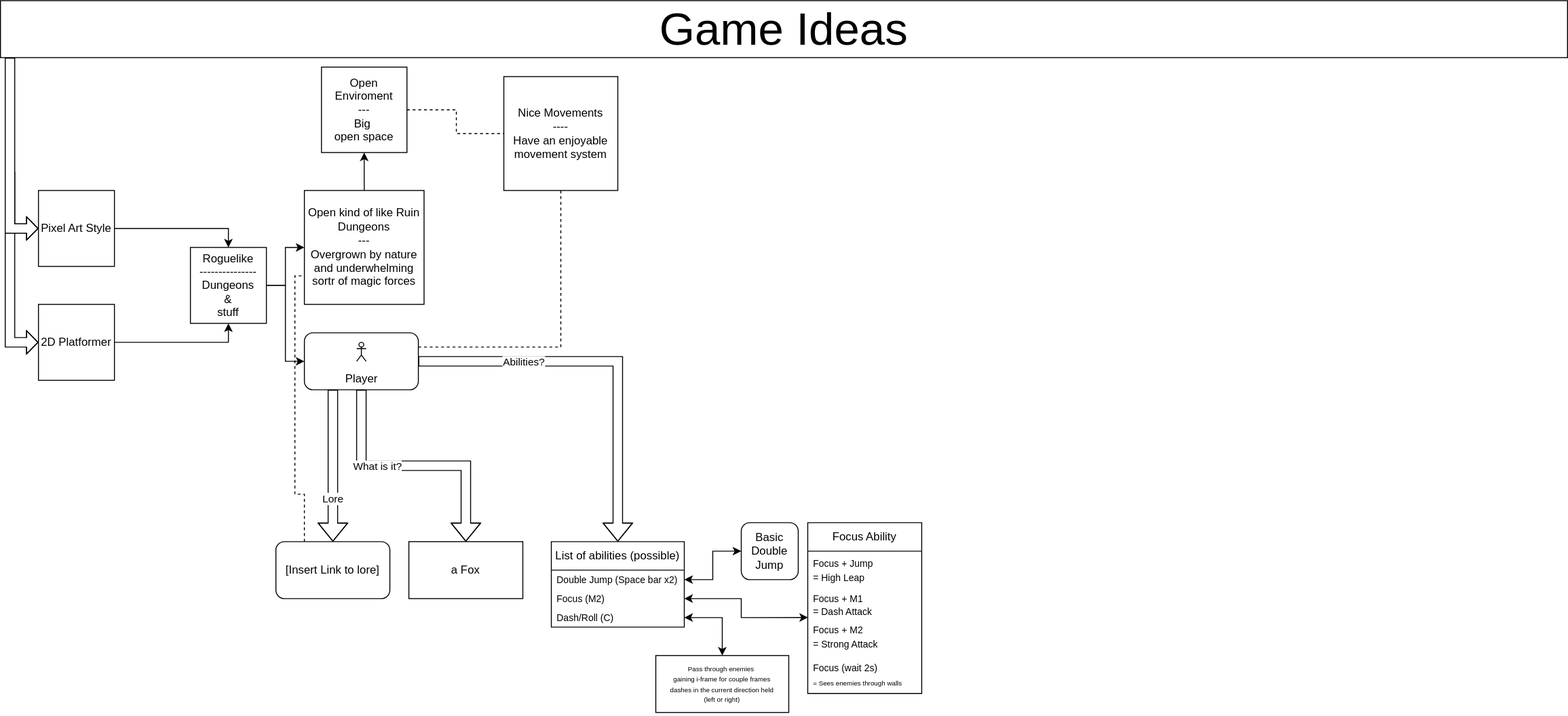
UnknownRedFoxDev/2D-Game keeps this draw.io diagram as Plans/2DGamePlanning.drawio.svg. Above is the earlier version. Source tidied: cells renumbered, new cells last; positions are measured from the earlier drawing's top-left corner, leaving out a move shared by most shapes.
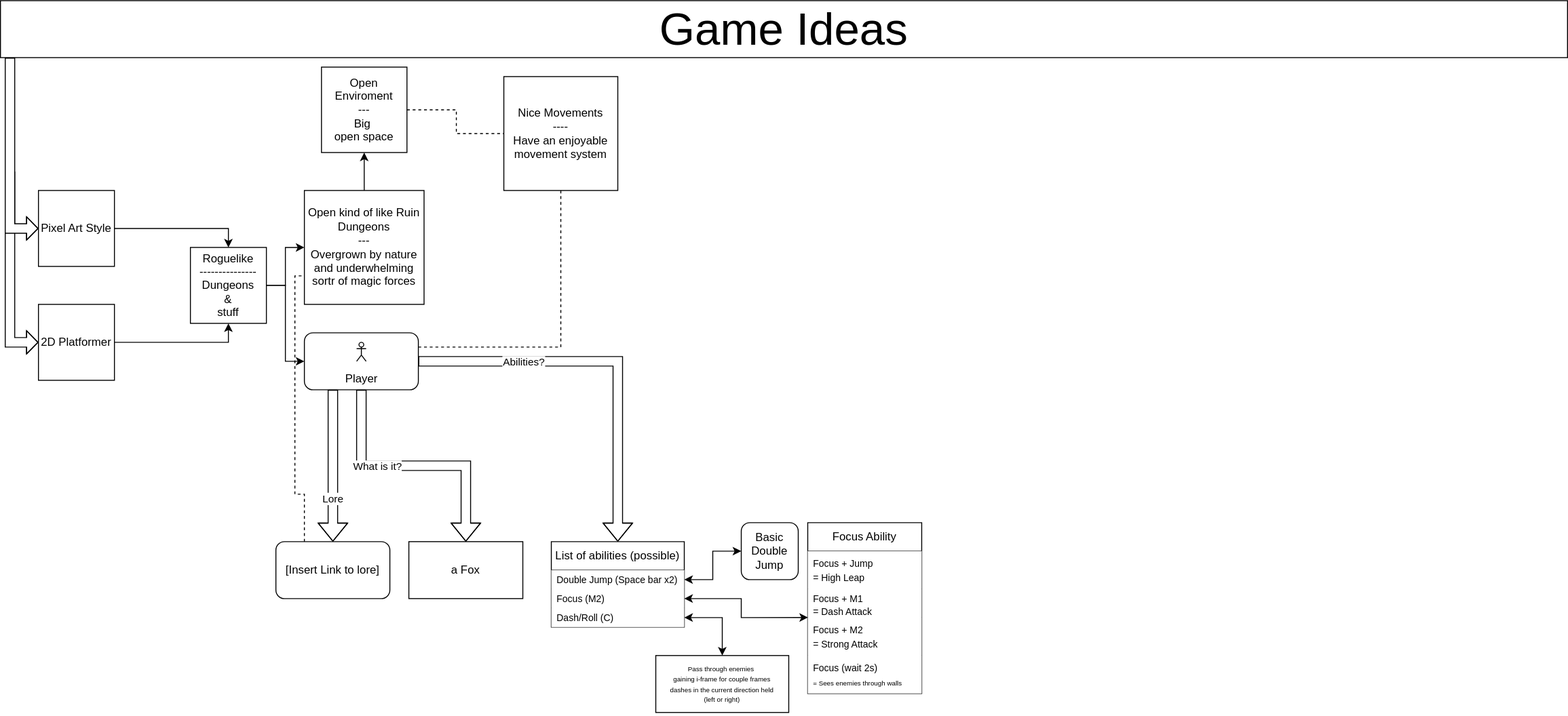
Above is the later version.

What changed in the source:
```diff
@@ -89,7 +89,7 @@
     <mxCell id="23" value="a Fox" style="rounded=0;whiteSpace=wrap;html=1;" parent="1" vertex="1">
       <mxGeometry x="430" y="570" width="120" height="60" as="geometry" />
     </mxCell>
-    <mxCell id="24" style="shape=flexArrow;endArrow=classic;html=1;rounded=0;exitX=0.5;exitY=1;exitDx=0;exitDy=0;entryX=0.5;entryY=0;entryDx=0;entryDy=0;" parent="1" edge="1" source="21" target="23">
+    <mxCell id="24" style="shape=flexArrow;endArrow=classic;html=1;rounded=0;exitX=0.5;exitY=1;exitDx=0;exitDy=0;entryX=0.5;entryY=0;entryDx=0;entryDy=0;fillColor=default;" parent="1" edge="1" source="21" target="23">
       <mxGeometry relative="1" as="geometry">
         <Array as="points">
           <mxPoint x="380" y="490" />
@@ -115,92 +115,89 @@
     <mxCell id="28" value="Lore" style="edgeLabel;html=1;align=center;verticalAlign=middle;" parent="27" vertex="1">
       <mxGeometry x="0.43" y="-1" relative="1" as="geometry" />
     </mxCell>
-    <mxCell id="29" style="group;" parent="1" vertex="1">
-      <mxGeometry x="580" y="550" width="390" height="200" as="geometry" />
-    </mxCell>
+    <mxCell id="44" style="shape=flexArrow;endArrow=classic;html=1;rounded=0;exitX=1;exitY=0.5;exitDx=0;exitDy=0;exitPerimeter=0;entryX=0.5;entryY=0;entryDx=0;entryDy=0;fillColor=default;" parent="1" edge="1" source="21" target="30">
+      <mxGeometry relative="1" as="geometry">
+        <Array as="points">
+          <mxPoint x="650" y="380" />
+        </Array>
+      </mxGeometry>
+    </mxCell>
+    <mxCell id="45" value="Abilities?" style="edgeLabel;html=1;align=center;verticalAlign=middle;" parent="44" vertex="1">
+      <mxGeometry x="0.43" relative="1" as="geometry">
+        <mxPoint x="-100" y="-76" as="offset" />
+      </mxGeometry>
+    </mxCell>
+    <mxCell id="46" style="endArrow=none;dashed=1;html=1;rounded=0;exitX=1;exitY=0.25;exitDx=0;exitDy=0;entryX=0.5;entryY=1;entryDx=0;entryDy=0;" parent="1" edge="1" source="21" target="10">
+      <mxGeometry relative="1" as="geometry">
+        <Array as="points">
+          <mxPoint x="590" y="365" />
+        </Array>
+      </mxGeometry>
+    </mxCell>
+    <mxCell id="47" style="endArrow=none;dashed=1;html=1;rounded=0;exitX=0.25;exitY=0;exitDx=0;exitDy=0;entryX=0;entryY=0.75;entryDx=0;entryDy=0;" parent="1" edge="1" source="26" target="15">
+      <mxGeometry relative="1" as="geometry">
+        <Array as="points">
+          <mxPoint x="320" y="520" />
+          <mxPoint x="310" y="520" />
+          <mxPoint x="310" y="290" />
+        </Array>
+      </mxGeometry>
+    </mxCell>
-    <mxCell id="30" value="List of abilities (possible)" style="swimlane;fontStyle=0;horizontal=1;startSize=30;whiteSpace=wrap;html=1;" parent="29" vertex="1">
-      <mxGeometry y="20" width="140" height="90" as="geometry" />
+    <mxCell id="30" value="List of abilities (possible)" style="swimlane;fontStyle=0;horizontal=1;startSize=30;whiteSpace=wrap;html=1;fillColor=default;" parent="1" vertex="1">
+      <mxGeometry x="580" y="570" width="140" height="90" as="geometry" />
     </mxCell>
-    <mxCell id="31" value="&lt;font style=&quot;font-size: 10px;&quot;&gt;Double Jump (Space bar x2)&lt;br&gt;&lt;/font&gt;" style="text;strokeColor=none;fillColor=none;align=left;verticalAlign=middle;spacingLeft=4;spacingRight=4;overflow=hidden;points=[[0,0.5],[1,0.5]];portConstraint=eastwest;whiteSpace=wrap;html=1;" parent="30" vertex="1">
+    <mxCell id="31" value="&lt;font style=&quot;font-size: 10px;&quot;&gt;Double Jump (Space bar x2)&lt;br&gt;&lt;/font&gt;" style="text;strokeColor=none;fillColor=default;align=left;verticalAlign=middle;spacingLeft=4;spacingRight=4;overflow=hidden;points=[[0,0.5],[1,0.5]];portConstraint=eastwest;whiteSpace=wrap;html=1;" parent="30" vertex="1">
       <mxGeometry y="30" width="140" height="20" as="geometry" />
     </mxCell>
-    <mxCell id="32" value="&lt;font style=&quot;font-size: 10px;&quot;&gt;Focus (M2)&lt;/font&gt;" style="text;strokeColor=none;fillColor=none;align=left;verticalAlign=middle;spacingLeft=4;spacingRight=4;overflow=hidden;points=[[0,0.5],[1,0.5]];portConstraint=eastwest;whiteSpace=wrap;html=1;" parent="30" vertex="1">
+    <mxCell id="32" value="&lt;font style=&quot;font-size: 10px;&quot;&gt;Focus (M2)&lt;/font&gt;" style="text;strokeColor=none;fillColor=default;align=left;verticalAlign=middle;spacingLeft=4;spacingRight=4;overflow=hidden;points=[[0,0.5],[1,0.5]];portConstraint=eastwest;whiteSpace=wrap;html=1;" parent="30" vertex="1">
       <mxGeometry y="50" width="140" height="20" as="geometry" />
     </mxCell>
-    <mxCell id="33" value="&lt;font style=&quot;font-size: 10px;&quot;&gt;Dash/Roll (C)&lt;/font&gt;" style="text;strokeColor=none;fillColor=none;align=left;verticalAlign=middle;spacingLeft=4;spacingRight=4;overflow=hidden;points=[[0,0.5],[1,0.5]];portConstraint=eastwest;whiteSpace=wrap;html=1;" parent="30" vertex="1">
+    <mxCell id="33" value="&lt;font style=&quot;font-size: 10px;&quot;&gt;Dash/Roll (C)&lt;/font&gt;" style="text;strokeColor=none;fillColor=default;align=left;verticalAlign=middle;spacingLeft=4;spacingRight=4;overflow=hidden;points=[[0,0.5],[1,0.5]];portConstraint=eastwest;whiteSpace=wrap;html=1;" parent="30" vertex="1">
       <mxGeometry y="70" width="140" height="20" as="geometry" />
     </mxCell>
-    <mxCell id="34" value="Focus Ability" style="swimlane;fontStyle=0;horizontal=1;startSize=30;whiteSpace=wrap;html=1;" parent="29" vertex="1">
-      <mxGeometry x="270" width="120" height="180" as="geometry" />
+    <mxCell id="34" value="Focus Ability" style="swimlane;fontStyle=0;horizontal=1;startSize=30;whiteSpace=wrap;html=1;" parent="1" vertex="1">
+      <mxGeometry x="850" y="550" width="120" height="180" as="geometry" />
     </mxCell>
-    <mxCell id="35" value="&lt;font style=&quot;font-size: 10px;&quot;&gt;Focus + Jump &lt;br&gt;= High Leap&lt;/font&gt;" style="text;strokeColor=none;fillColor=none;align=left;verticalAlign=middle;spacingLeft=4;spacingRight=4;overflow=hidden;whiteSpace=wrap;html=1;" parent="34" vertex="1">
+    <mxCell id="35" value="&lt;font style=&quot;font-size: 10px;&quot;&gt;Focus + Jump &lt;br&gt;= High Leap&lt;/font&gt;" style="text;strokeColor=none;fillColor=default;align=left;verticalAlign=middle;spacingLeft=4;spacingRight=4;overflow=hidden;whiteSpace=wrap;html=1;" parent="34" vertex="1">
       <mxGeometry y="30" width="120" height="40" as="geometry" />
     </mxCell>
-    <mxCell id="36" value="&lt;font style=&quot;font-size: 10px;&quot;&gt;Focus + M1&lt;br&gt;= Dash Attack&lt;/font&gt;" style="text;strokeColor=none;fillColor=none;align=left;verticalAlign=middle;spacingLeft=4;spacingRight=4;overflow=hidden;whiteSpace=wrap;html=1;" parent="34" vertex="1">
+    <mxCell id="36" value="&lt;font style=&quot;font-size: 10px;&quot;&gt;Focus + M1&lt;br&gt;= Dash Attack&lt;/font&gt;" style="text;strokeColor=none;fillColor=default;align=left;verticalAlign=middle;spacingLeft=4;spacingRight=4;overflow=hidden;whiteSpace=wrap;html=1;" parent="34" vertex="1">
       <mxGeometry y="70" width="120" height="30" as="geometry" />
     </mxCell>
-    <mxCell id="37" value="&lt;font style=&quot;font-size: 10px;&quot;&gt;Focus + M2&lt;br&gt;= Strong Attack&lt;/font&gt;" style="text;strokeColor=none;fillColor=none;align=left;verticalAlign=middle;spacingLeft=4;spacingRight=4;overflow=hidden;points=[[0,0.5],[1,0.5]];portConstraint=eastwest;whiteSpace=wrap;html=1;" parent="34" vertex="1">
+    <mxCell id="37" value="&lt;font style=&quot;font-size: 10px;&quot;&gt;Focus + M2&lt;br&gt;= Strong Attack&lt;/font&gt;" style="text;strokeColor=none;fillColor=default;align=left;verticalAlign=middle;spacingLeft=4;spacingRight=4;overflow=hidden;points=[[0,0.5],[1,0.5]];portConstraint=eastwest;whiteSpace=wrap;html=1;" parent="34" vertex="1">
       <mxGeometry y="100" width="120" height="40" as="geometry" />
     </mxCell>
-    <mxCell id="38" value="&lt;font style=&quot;&quot;&gt;&lt;font style=&quot;font-size: 10px;&quot;&gt;Focus (wait 2s)&lt;/font&gt;&lt;br style=&quot;font-size: 7px;&quot;&gt;&lt;span style=&quot;font-size: 7px;&quot;&gt;= Sees enemies&amp;nbsp;through walls&lt;/span&gt;&lt;/font&gt;" style="text;strokeColor=none;fillColor=none;align=left;verticalAlign=middle;spacingLeft=4;spacingRight=4;overflow=hidden;whiteSpace=wrap;html=1;" parent="34" vertex="1">
+    <mxCell id="38" value="&lt;font style=&quot;&quot;&gt;&lt;font style=&quot;font-size: 10px;&quot;&gt;Focus (wait 2s)&lt;/font&gt;&lt;br style=&quot;font-size: 7px;&quot;&gt;&lt;span style=&quot;font-size: 7px;&quot;&gt;= Sees enemies&amp;nbsp;through walls&lt;/span&gt;&lt;/font&gt;" style="text;strokeColor=none;fillColor=default;align=left;verticalAlign=middle;spacingLeft=4;spacingRight=4;overflow=hidden;whiteSpace=wrap;html=1;" parent="34" vertex="1">
       <mxGeometry y="140" width="120" height="40" as="geometry" />
     </mxCell>
-    <mxCell id="39" value="Basic Double Jump" style="rounded=1;whiteSpace=wrap;html=1;" parent="29" vertex="1">
-      <mxGeometry x="200" width="60" height="60" as="geometry" />
+    <mxCell id="39" value="Basic Double Jump" style="rounded=1;whiteSpace=wrap;html=1;" parent="1" vertex="1">
+      <mxGeometry x="780" y="550" width="60" height="60" as="geometry" />
     </mxCell>
-    <mxCell id="40" style="endArrow=classic;startArrow=classic;html=1;rounded=0;exitX=0;exitY=0.5;exitDx=0;exitDy=0;entryX=1;entryY=0.5;entryDx=0;entryDy=0;" parent="29" edge="1" source="39" target="31">
+    <mxCell id="40" style="endArrow=classic;startArrow=classic;html=1;rounded=0;exitX=0;exitY=0.5;exitDx=0;exitDy=0;entryX=1;entryY=0.5;entryDx=0;entryDy=0;" parent="1" edge="1" source="39" target="31">
       <mxGeometry relative="1" as="geometry">
         <Array as="points">
-          <mxPoint x="170" y="30" />
-          <mxPoint x="170" y="60" />
+          <mxPoint x="750" y="580" />
+          <mxPoint x="750" y="610" />
         </Array>
       </mxGeometry>
     </mxCell>
-    <mxCell id="41" style="endArrow=classic;startArrow=classic;html=1;rounded=0;exitX=0.002;exitY=-0.002;exitDx=0;exitDy=0;exitPerimeter=0;entryX=1;entryY=0.5;entryDx=0;entryDy=0;" parent="29" edge="1" source="37" target="32">
+    <mxCell id="41" style="endArrow=classic;startArrow=classic;html=1;rounded=0;exitX=0.002;exitY=-0.002;exitDx=0;exitDy=0;exitPerimeter=0;entryX=1;entryY=0.5;entryDx=0;entryDy=0;" parent="1" edge="1" source="37" target="32">
       <mxGeometry relative="1" as="geometry">
         <Array as="points">
-          <mxPoint x="200" y="100" />
-          <mxPoint x="200" y="80" />
+          <mxPoint x="780" y="650" />
+          <mxPoint x="780" y="630" />
         </Array>
       </mxGeometry>
     </mxCell>
-    <mxCell id="42" value="&lt;p style=&quot;line-height: 80%;&quot;&gt;&lt;font style=&quot;font-size: 7px;&quot;&gt;Pass through enemies&amp;nbsp;&lt;br&gt;&lt;/font&gt;&lt;span style=&quot;font-size: 7px; background-color: initial;&quot;&gt;gaining i-frame for couple frames&lt;br&gt;dashes in the current direction held&lt;br&gt;(left or right)&lt;/span&gt;&lt;/p&gt;" style="rounded=0;whiteSpace=wrap;html=1;" parent="29" vertex="1">
-      <mxGeometry x="110" y="140" width="140" height="60" as="geometry" />
+    <mxCell id="42" value="&lt;p style=&quot;line-height: 80%;&quot;&gt;&lt;font style=&quot;font-size: 7px;&quot;&gt;Pass through enemies&amp;nbsp;&lt;br&gt;&lt;/font&gt;&lt;span style=&quot;font-size: 7px; background-color: initial;&quot;&gt;gaining i-frame for couple frames&lt;br&gt;dashes in the current direction held&lt;br&gt;(left or right)&lt;/span&gt;&lt;/p&gt;" style="rounded=0;whiteSpace=wrap;html=1;" parent="1" vertex="1">
+      <mxGeometry x="690" y="690" width="140" height="60" as="geometry" />
     </mxCell>
-    <mxCell id="43" style="endArrow=classic;startArrow=classic;html=1;rounded=0;exitX=0.5;exitY=0;exitDx=0;exitDy=0;entryX=1;entryY=0.5;entryDx=0;entryDy=0;" parent="29" edge="1" source="42" target="33">
+    <mxCell id="43" style="endArrow=classic;startArrow=classic;html=1;rounded=0;exitX=0.5;exitY=0;exitDx=0;exitDy=0;entryX=1;entryY=0.5;entryDx=0;entryDy=0;" parent="1" edge="1" source="42" target="33">
       <mxGeometry relative="1" as="geometry">
         <Array as="points">
-          <mxPoint x="180" y="100" />
+          <mxPoint x="760" y="650" />
         </Array>
       </mxGeometry>
     </mxCell>
-    <mxCell id="44" style="shape=flexArrow;endArrow=classic;html=1;rounded=0;exitX=1;exitY=0.5;exitDx=0;exitDy=0;exitPerimeter=0;entryX=0.5;entryY=0;entryDx=0;entryDy=0;" parent="1" edge="1" source="21" target="30">
-      <mxGeometry relative="1" as="geometry">
-        <Array as="points">
-          <mxPoint x="650" y="380" />
-        </Array>
-      </mxGeometry>
-    </mxCell>
-    <mxCell id="45" value="Abilities?" style="edgeLabel;html=1;align=center;verticalAlign=middle;" parent="44" vertex="1">
-      <mxGeometry x="0.43" relative="1" as="geometry">
-        <mxPoint x="-100" y="-76" as="offset" />
-      </mxGeometry>
-    </mxCell>
-    <mxCell id="46" style="endArrow=none;dashed=1;html=1;rounded=0;exitX=1;exitY=0.25;exitDx=0;exitDy=0;entryX=0.5;entryY=1;entryDx=0;entryDy=0;" parent="1" edge="1" source="21" target="10">
-      <mxGeometry relative="1" as="geometry">
-        <Array as="points">
-          <mxPoint x="590" y="365" />
-        </Array>
-      </mxGeometry>
-    </mxCell>
-    <mxCell id="47" style="endArrow=none;dashed=1;html=1;rounded=0;exitX=0.25;exitY=0;exitDx=0;exitDy=0;entryX=0;entryY=0.75;entryDx=0;entryDy=0;" parent="1" edge="1" source="26" target="15">
-      <mxGeometry relative="1" as="geometry">
-        <Array as="points">
-          <mxPoint x="320" y="520" />
-          <mxPoint x="310" y="520" />
-          <mxPoint x="310" y="290" />
-        </Array>
-      </mxGeometry>
-    </mxCell>
   </root>
 </mxGraphModel>
```
